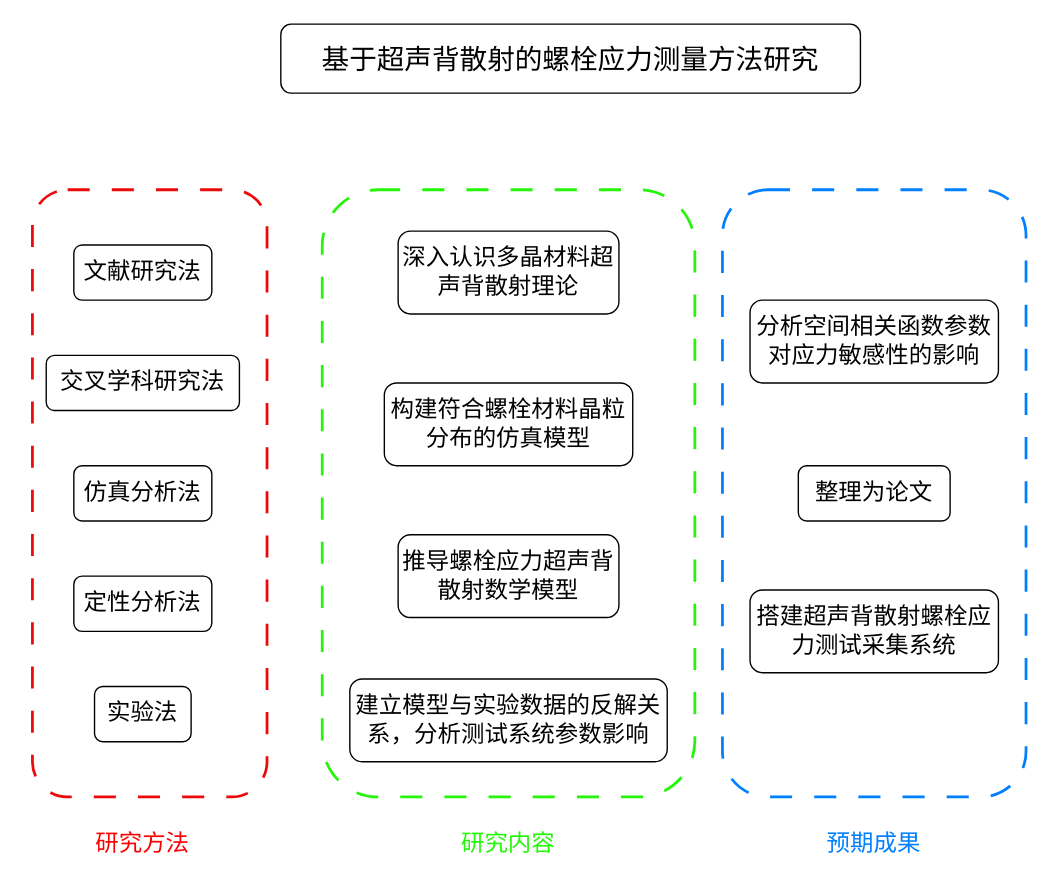
This is 技术路线.drawio from wn2002/graduate, a draw.io file, before an edit. Source tidied: cells renumbered, new cells numbered last; positions are measured from the earlier drawing's top-left corner, leaving out a move shared by most shapes. Both pictures are drawn from the tidied source at 138%, with x=0, y=0 at pixel (32, 23).
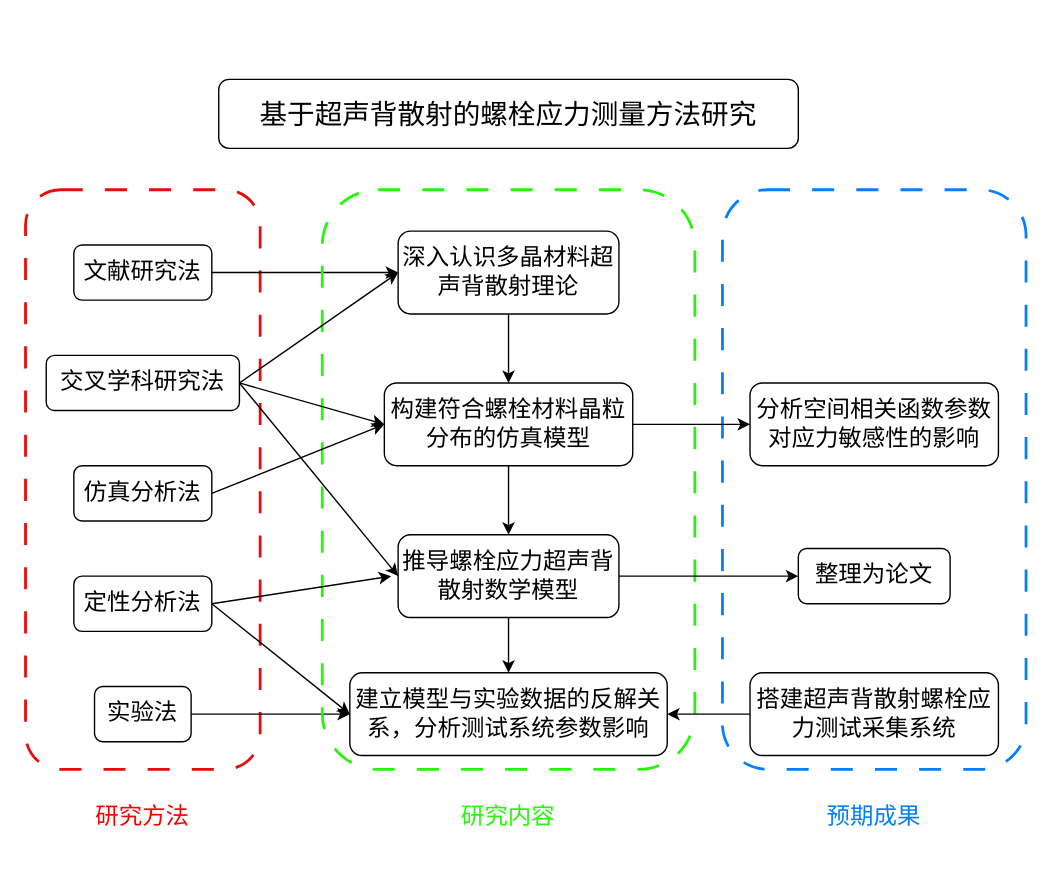
The same page after the edit.

Commit message:
更新技术路线.drawio

The change refers to these unchanged cells:
```xml
<mxCell id="2" value="文献研究法" style="rounded=1;whiteSpace=wrap;html=1;fontSize=17;align=center;labelPosition=center;verticalLabelPosition=middle;verticalAlign=middle;" parent="1" vertex="1">
  <mxGeometry x="30" y="160" width="100" height="40" as="geometry" />
</mxCell>
<mxCell id="3" value="交叉学科研究法" style="rounded=1;whiteSpace=wrap;html=1;fontSize=17;" parent="1" vertex="1">
  <mxGeometry x="10" y="240" width="140" height="40" as="geometry" />
</mxCell>
<mxCell id="4" value="仿真分析法" style="rounded=1;whiteSpace=wrap;html=1;fontSize=17;" parent="1" vertex="1">
  <mxGeometry x="30" y="320" width="100" height="40" as="geometry" />
</mxCell>
<mxCell id="5" value="定性分析法" style="rounded=1;whiteSpace=wrap;html=1;fontSize=17;" parent="1" vertex="1">
  <mxGeometry x="30" y="400" width="100" height="40" as="geometry" />
</mxCell>
<mxCell id="6" value="实验法" style="rounded=1;whiteSpace=wrap;html=1;fontSize=17;" parent="1" vertex="1">
  <mxGeometry x="45" y="480" width="70" height="40" as="geometry" />
</mxCell>
<mxCell id="7" value="&lt;span&gt;深入认识多晶材料超声背散射理论&lt;/span&gt;" style="rounded=1;whiteSpace=wrap;html=1;fontSize=17;" parent="1" vertex="1">
  <mxGeometry x="265" y="150" width="160" height="60" as="geometry" />
</mxCell>
<mxCell id="11" value="&lt;span style=&quot;&quot;&gt;构建符合螺栓材料晶粒分布的仿真模型&lt;/span&gt;" style="rounded=1;whiteSpace=wrap;html=1;fontSize=17;fontFamily=Helvetica;" parent="1" vertex="1">
  <mxGeometry x="255" y="260" width="180" height="60" as="geometry" />
</mxCell>
<mxCell id="12" value="推导螺栓应力超声背散射数学模型" style="rounded=1;whiteSpace=wrap;html=1;fontSize=17;" parent="1" vertex="1">
  <mxGeometry x="265" y="370" width="160" height="60" as="geometry" />
</mxCell>
```

Diff of the diagram source:
```diff
@@
+    <mxCell id="9" style="rounded=1;whiteSpace=wrap;html=1;fillColor=none;fontColor=#ffffff;strokeColor=light-dark(#ec0909, #ffacac);dashed=1;dashPattern=8 8;strokeWidth=2;perimeterSpacing=0;" parent="1" vertex="1">
+      <mxGeometry x="-5" y="120" width="170" height="420" as="geometry" />
+    </mxCell>
@@
+    <mxCell id="21" style="edgeStyle=orthogonalEdgeStyle;rounded=0;jettySize=auto;html=1;exitX=1;exitY=0.5;exitDx=0;exitDy=0;entryX=0;entryY=0.5;entryDx=0;entryDy=0;" parent="1" edge="1" source="2" target="7">
+      <mxGeometry relative="1" as="geometry" />
+    </mxCell>
@@
+    <mxCell id="22" style="edgeStyle=orthogonalEdgeStyle;rounded=0;jettySize=auto;html=1;exitX=1;exitY=0.5;exitDx=0;exitDy=0;entryX=0;entryY=0.5;entryDx=0;entryDy=0;" parent="1" edge="1" source="6" target="13">
+      <mxGeometry relative="1" as="geometry" />
+    </mxCell>
@@
+    <mxCell id="23" style="edgeStyle=orthogonalEdgeStyle;rounded=0;jettySize=auto;html=1;exitX=0.5;exitY=1;exitDx=0;exitDy=0;entryX=0.5;entryY=0;entryDx=0;entryDy=0;" parent="1" edge="1" source="7" target="11">
+      <mxGeometry relative="1" as="geometry" />
+    </mxCell>
@@
     <mxCell id="8" value="&lt;font&gt;基于超声背散射的螺栓应力测量方法研究&lt;/font&gt;" style="rounded=1;whiteSpace=wrap;html=1;fontSize=20;" parent="1" vertex="1">
-      <mxGeometry x="180" width="420" height="50" as="geometry" />
+      <mxGeometry x="135" y="40" width="420" height="50" as="geometry" />
     </mxCell>
-    <mxCell id="9" style="rounded=1;whiteSpace=wrap;html=1;fillColor=none;fontColor=#ffffff;strokeColor=light-dark(#ec0909, #ffacac);dashed=1;dashPattern=8 8;strokeWidth=2;perimeterSpacing=0;" parent="1" vertex="1">
-      <mxGeometry y="120" width="170" height="440" as="geometry" />
-    </mxCell>
     <mxCell id="10" value="研究方法" style="text;html=1;whiteSpace=wrap;strokeColor=none;fillColor=none;align=center;verticalAlign=middle;rounded=0;fontSize=17;fontColor=light-dark(#fa0000, #ededed);" parent="1" vertex="1">
-      <mxGeometry x="40" y="580" width="80" height="30" as="geometry" />
+      <mxGeometry x="40" y="560" width="80" height="30" as="geometry" />
     </mxCell>
+    <mxCell id="24" style="edgeStyle=orthogonalEdgeStyle;rounded=0;jettySize=auto;html=1;exitX=0.5;exitY=1;exitDx=0;exitDy=0;entryX=0.5;entryY=0;entryDx=0;entryDy=0;" parent="1" edge="1" source="11" target="12">
+      <mxGeometry relative="1" as="geometry" />
+    </mxCell>
@@
+    <mxCell id="25" style="edgeStyle=orthogonalEdgeStyle;rounded=0;jettySize=auto;html=1;exitX=0.5;exitY=1;exitDx=0;exitDy=0;entryX=0.5;entryY=0;entryDx=0;entryDy=0;" parent="1" edge="1" source="12" target="13">
+      <mxGeometry relative="1" as="geometry" />
+    </mxCell>
@@
     <mxCell id="13" value="建立模型与实验数据的反解关系，分析测试系统参数影响" style="rounded=1;whiteSpace=wrap;html=1;fontSize=17;" parent="1" vertex="1">
-      <mxGeometry x="230" y="474.5" width="230" height="60" as="geometry" />
+      <mxGeometry x="230" y="470" width="230" height="60" as="geometry" />
     </mxCell>
     <mxCell id="14" style="rounded=1;whiteSpace=wrap;html=1;fillColor=none;fontColor=#ffffff;strokeColor=light-dark(#25f609, #ffacac);dashed=1;dashPattern=8 8;strokeWidth=2;perimeterSpacing=0;" parent="1" vertex="1">
-      <mxGeometry x="210" y="120" width="270" height="440" as="geometry" />
+      <mxGeometry x="210" y="120" width="270" height="420" as="geometry" />
     </mxCell>
     <mxCell id="15" value="研究内容" style="text;html=1;whiteSpace=wrap;strokeColor=none;fillColor=none;align=center;verticalAlign=middle;rounded=0;fontSize=17;fontColor=light-dark(#23f906, #ededed);" parent="1" vertex="1">
-      <mxGeometry x="305" y="580" width="80" height="30" as="geometry" />
+      <mxGeometry x="305" y="560" width="80" height="30" as="geometry" />
     </mxCell>
     <mxCell id="16" value="分析空间相关函数参数对应力敏感性的影响" style="rounded=1;whiteSpace=wrap;html=1;fontSize=17;" parent="1" vertex="1">
-      <mxGeometry x="520" y="200" width="180" height="60" as="geometry" />
+      <mxGeometry x="520" y="260" width="180" height="60" as="geometry" />
     </mxCell>
     <mxCell id="17" value="整理为论文" style="rounded=1;whiteSpace=wrap;html=1;fontSize=17;" parent="1" vertex="1">
-      <mxGeometry x="555" y="320" width="110" height="40" as="geometry" />
+      <mxGeometry x="555" y="380" width="110" height="40" as="geometry" />
     </mxCell>
     <mxCell id="18" value="搭建超声背散射螺栓应力测试采集系统" style="rounded=1;whiteSpace=wrap;html=1;fontSize=17;" parent="1" vertex="1">
-      <mxGeometry x="520" y="410" width="180" height="60" as="geometry" />
+      <mxGeometry x="520" y="470" width="180" height="60" as="geometry" />
     </mxCell>
     <mxCell id="19" style="rounded=1;whiteSpace=wrap;html=1;fillColor=none;fontColor=#ffffff;strokeColor=light-dark(#007FFF,#FFACAC);dashed=1;dashPattern=8 8;strokeWidth=2;perimeterSpacing=0;" parent="1" vertex="1">
-      <mxGeometry x="500" y="120" width="220" height="440" as="geometry" />
+      <mxGeometry x="500" y="120" width="220" height="420" as="geometry" />
     </mxCell>
     <mxCell id="20" value="预期成果" style="text;html=1;whiteSpace=wrap;strokeColor=none;fillColor=none;align=center;verticalAlign=middle;rounded=0;fontSize=17;fontColor=light-dark(#007FFF,#EDEDED);" parent="1" vertex="1">
-      <mxGeometry x="570" y="580" width="80" height="30" as="geometry" />
+      <mxGeometry x="570" y="560" width="80" height="30" as="geometry" />
     </mxCell>
+    <mxCell id="26" style="endArrow=classic;html=1;rounded=0;entryX=0;entryY=0.5;entryDx=0;entryDy=0;" parent="1" edge="1" target="7">
+      <mxGeometry relative="1" as="geometry">
+        <mxPoint x="150" y="260" as="sourcePoint" />
+      </mxGeometry>
+    </mxCell>
+    <mxCell id="27" style="endArrow=classic;html=1;rounded=0;exitX=1;exitY=0.5;exitDx=0;exitDy=0;entryX=0;entryY=0.5;entryDx=0;entryDy=0;" parent="1" edge="1" source="3" target="11">
+      <mxGeometry relative="1" as="geometry" />
+    </mxCell>
+    <mxCell id="28" style="endArrow=classic;html=1;rounded=0;exitX=1;exitY=0.5;exitDx=0;exitDy=0;entryX=0;entryY=0.5;entryDx=0;entryDy=0;" parent="1" edge="1" source="3" target="12">
+      <mxGeometry relative="1" as="geometry" />
+    </mxCell>
+    <mxCell id="29" style="endArrow=classic;html=1;rounded=0;exitX=1;exitY=0.5;exitDx=0;exitDy=0;entryX=0;entryY=0.5;entryDx=0;entryDy=0;" parent="1" edge="1" source="4" target="11">
+      <mxGeometry relative="1" as="geometry" />
+    </mxCell>
+    <mxCell id="30" style="endArrow=classic;html=1;rounded=0;exitX=1;exitY=0.5;exitDx=0;exitDy=0;" parent="1" edge="1" source="5">
+      <mxGeometry relative="1" as="geometry">
+        <mxPoint x="260" y="400" as="targetPoint" />
+      </mxGeometry>
+    </mxCell>
+    <mxCell id="31" style="endArrow=classic;html=1;rounded=0;entryX=0;entryY=0.5;entryDx=0;entryDy=0;exitX=1;exitY=0.5;exitDx=0;exitDy=0;" parent="1" edge="1" source="5" target="13">
+      <mxGeometry relative="1" as="geometry" />
+    </mxCell>
+    <mxCell id="32" style="endArrow=classic;html=1;rounded=0;exitX=0;exitY=0.5;exitDx=0;exitDy=0;entryX=1;entryY=0.5;entryDx=0;entryDy=0;" parent="1" edge="1" source="18" target="13">
+      <mxGeometry relative="1" as="geometry" />
+    </mxCell>
+    <mxCell id="33" style="endArrow=classic;html=1;rounded=0;entryX=0;entryY=0.5;entryDx=0;entryDy=0;exitX=1;exitY=0.5;exitDx=0;exitDy=0;" parent="1" edge="1" source="11" target="16">
+      <mxGeometry relative="1" as="geometry" />
+    </mxCell>
+    <mxCell id="34" style="endArrow=classic;html=1;rounded=0;entryX=0;entryY=0.5;entryDx=0;entryDy=0;exitX=1;exitY=0.5;exitDx=0;exitDy=0;" parent="1" edge="1" source="12" target="17">
+      <mxGeometry relative="1" as="geometry" />
+    </mxCell>
```
